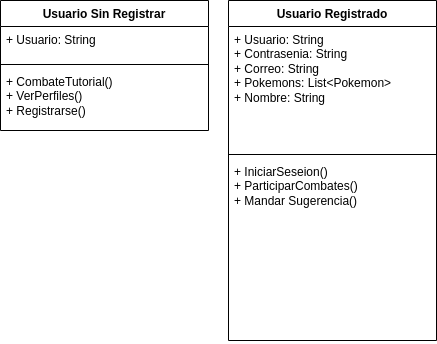
Before: diagramas/Diagrama sin título.drawio.png, a diagram exported from draw.io (diego-febles-seoane/pk-game). Source tidied: cells renumbered, new cells last; positions are measured from the earlier drawing's top-left corner, leaving out a move shared by most shapes. The source it was exported from:
```xml
<mxGraphModel>
  <root>
    <mxCell id="0" />
    <mxCell id="1" parent="0" />
    <mxCell id="2" value="Usuario Sin Registrar" style="swimlane;fontStyle=1;align=center;verticalAlign=top;horizontal=1;startSize=26;whiteSpace=wrap;html=1;" parent="1" vertex="1">
      <mxGeometry width="208" height="130" as="geometry" />
    </mxCell>
    <mxCell id="3" value="+ Usuario: String&lt;div&gt;&lt;br&gt;&lt;/div&gt;" style="text;strokeColor=none;fillColor=none;align=left;verticalAlign=top;spacingLeft=4;spacingRight=4;overflow=hidden;whiteSpace=wrap;html=1;" parent="2" vertex="1">
      <mxGeometry y="26" width="208" height="34" as="geometry" />
    </mxCell>
    <mxCell id="4" style="line;strokeWidth=1;fillColor=none;align=left;verticalAlign=middle;spacingTop=-1;spacingLeft=3;spacingRight=3;labelPosition=right;strokeColor=inherit;" parent="2" vertex="1">
      <mxGeometry y="60" width="208" height="8" as="geometry" />
    </mxCell>
    <mxCell id="5" value="+ CombateTutorial()&lt;div&gt;+ VerPerfiles()&lt;/div&gt;&lt;div&gt;+ Registrarse()&lt;/div&gt;" style="text;strokeColor=none;fillColor=none;align=left;verticalAlign=top;spacingLeft=4;spacingRight=4;overflow=hidden;whiteSpace=wrap;html=1;" parent="2" vertex="1">
      <mxGeometry y="68" width="208" height="62" as="geometry" />
    </mxCell>
    <mxCell id="6" value="Usuario Registrado" style="swimlane;fontStyle=1;align=center;verticalAlign=top;horizontal=1;startSize=26;whiteSpace=wrap;html=1;" parent="1" vertex="1">
      <mxGeometry x="228" width="208" height="340" as="geometry" />
    </mxCell>
    <mxCell id="7" value="+ Usuario: String&lt;div&gt;+ Contrasenia: String&lt;/div&gt;&lt;div&gt;+ Correo: String&lt;/div&gt;&lt;div&gt;+ Pokemons: List&amp;lt;Pokemon&amp;gt;&lt;/div&gt;&lt;div&gt;+ Nombre: String&lt;/div&gt;" style="text;strokeColor=none;fillColor=none;align=left;verticalAlign=top;spacingLeft=4;spacingRight=4;overflow=hidden;whiteSpace=wrap;html=1;" parent="6" vertex="1">
      <mxGeometry y="26" width="208" height="124" as="geometry" />
    </mxCell>
    <mxCell id="8" style="line;strokeWidth=1;fillColor=none;align=left;verticalAlign=middle;spacingTop=-1;spacingLeft=3;spacingRight=3;labelPosition=right;strokeColor=inherit;" parent="6" vertex="1">
      <mxGeometry y="150" width="208" height="8" as="geometry" />
    </mxCell>
    <mxCell id="9" value="+ IniciarSeseion()&lt;div&gt;+ ParticiparCombates()&lt;/div&gt;&lt;div&gt;+ Mandar Sugerencia()&lt;/div&gt;&lt;div&gt;&lt;br&gt;&lt;/div&gt;&lt;div&gt;&lt;br&gt;&lt;/div&gt;" style="text;strokeColor=none;fillColor=none;align=left;verticalAlign=top;spacingLeft=4;spacingRight=4;overflow=hidden;whiteSpace=wrap;html=1;" parent="6" vertex="1">
      <mxGeometry y="158" width="208" height="182" as="geometry" />
    </mxCell>
  </root>
</mxGraphModel>
```
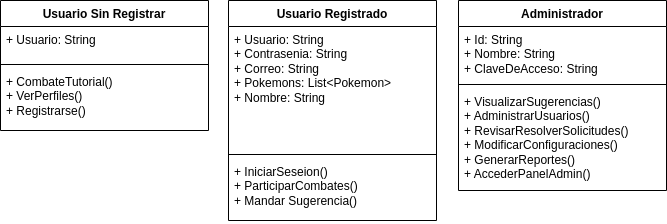
After the change.

Change to the diagram source:
```diff
@@ -15,7 +15,7 @@
       <mxGeometry y="68" width="208" height="62" as="geometry" />
     </mxCell>
     <mxCell id="6" value="Usuario Registrado" style="swimlane;fontStyle=1;align=center;verticalAlign=top;horizontal=1;startSize=26;whiteSpace=wrap;html=1;" parent="1" vertex="1">
-      <mxGeometry x="228" width="208" height="340" as="geometry" />
+      <mxGeometry x="228" width="208" height="220" as="geometry" />
     </mxCell>
     <mxCell id="7" value="+ Usuario: String&lt;div&gt;+ Contrasenia: String&lt;/div&gt;&lt;div&gt;+ Correo: String&lt;/div&gt;&lt;div&gt;+ Pokemons: List&amp;lt;Pokemon&amp;gt;&lt;/div&gt;&lt;div&gt;+ Nombre: String&lt;/div&gt;" style="text;strokeColor=none;fillColor=none;align=left;verticalAlign=top;spacingLeft=4;spacingRight=4;overflow=hidden;whiteSpace=wrap;html=1;" parent="6" vertex="1">
       <mxGeometry y="26" width="208" height="124" as="geometry" />
@@ -24,7 +24,19 @@
       <mxGeometry y="150" width="208" height="8" as="geometry" />
     </mxCell>
     <mxCell id="9" value="+ IniciarSeseion()&lt;div&gt;+ ParticiparCombates()&lt;/div&gt;&lt;div&gt;+ Mandar Sugerencia()&lt;/div&gt;&lt;div&gt;&lt;br&gt;&lt;/div&gt;&lt;div&gt;&lt;br&gt;&lt;/div&gt;" style="text;strokeColor=none;fillColor=none;align=left;verticalAlign=top;spacingLeft=4;spacingRight=4;overflow=hidden;whiteSpace=wrap;html=1;" parent="6" vertex="1">
-      <mxGeometry y="158" width="208" height="182" as="geometry" />
+      <mxGeometry y="158" width="208" height="62" as="geometry" />
     </mxCell>
+    <mxCell id="10" value="Administrador" style="swimlane;fontStyle=1;align=center;verticalAlign=top;horizontal=1;startSize=26;whiteSpace=wrap;html=1;" parent="1" vertex="1">
+      <mxGeometry x="458" width="208" height="190" as="geometry" />
+    </mxCell>
+    <mxCell id="11" value="+ Id: String&lt;div&gt;+ Nombre: String&lt;/div&gt;&lt;div&gt;+ ClaveDeAcceso: String&lt;/div&gt;" style="text;strokeColor=none;fillColor=none;align=left;verticalAlign=top;spacingLeft=4;spacingRight=4;overflow=hidden;whiteSpace=wrap;html=1;" parent="10" vertex="1">
+      <mxGeometry y="26" width="208" height="54" as="geometry" />
+    </mxCell>
+    <mxCell id="12" style="line;strokeWidth=1;fillColor=none;align=left;verticalAlign=middle;spacingTop=-1;spacingLeft=3;spacingRight=3;labelPosition=right;strokeColor=inherit;" parent="10" vertex="1">
+      <mxGeometry y="80" width="208" height="8" as="geometry" />
+    </mxCell>
+    <mxCell id="13" value="+ VisualizarSugerencias()&lt;div&gt;+ AdministrarUsuarios()&lt;/div&gt;&lt;div&gt;+ RevisarResolverSolicitudes()&lt;/div&gt;&lt;div&gt;+ ModificarConfiguraciones()&lt;/div&gt;&lt;div&gt;+ GenerarReportes()&lt;/div&gt;&lt;div&gt;+ AccederPanelAdmin()&lt;/div&gt;&lt;div&gt;&lt;br&gt;&lt;/div&gt;&lt;div&gt;&lt;br&gt;&lt;/div&gt;" style="text;strokeColor=none;fillColor=none;align=left;verticalAlign=top;spacingLeft=4;spacingRight=4;overflow=hidden;whiteSpace=wrap;html=1;" parent="10" vertex="1">
+      <mxGeometry y="88" width="208" height="102" as="geometry" />
+    </mxCell>
   </root>
 </mxGraphModel>
```
